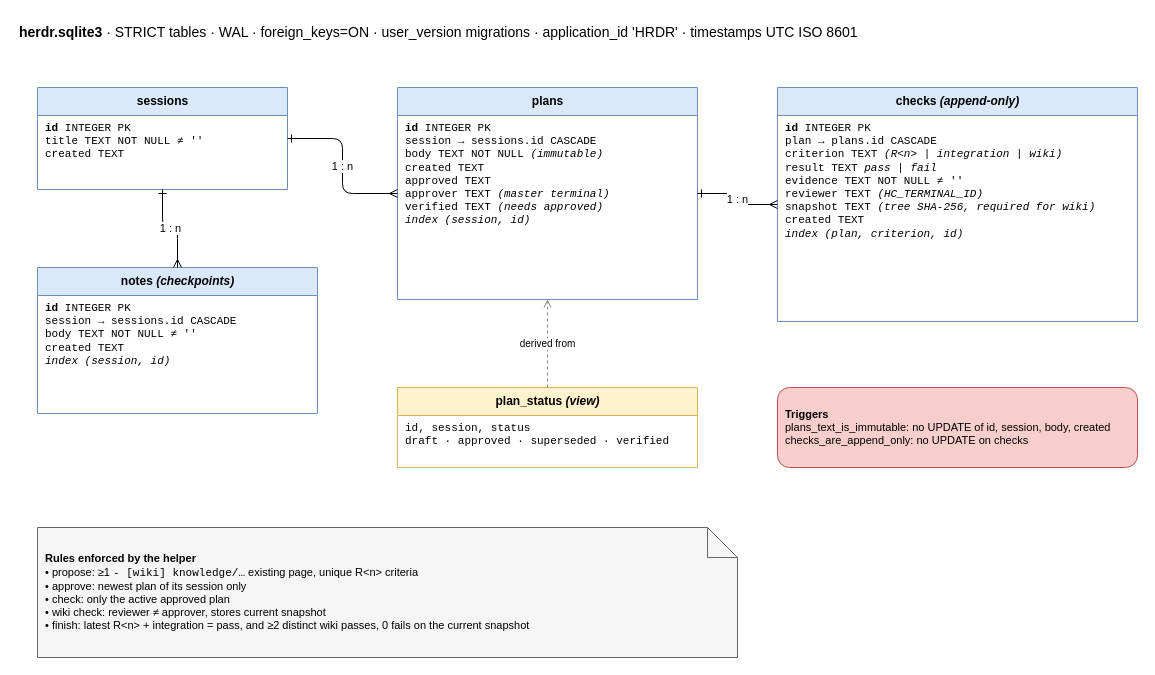
This is page "Database schema" (2 of 2) of docs/herdr.drawio from pcodez99/herdr-skills, a draw.io file, before an edit. Source tidied: cells renumbered, new cells numbered last; positions are measured from the earlier drawing's top-left corner, leaving out a move shared by most shapes. Both pictures are drawn from the tidied source at 100%, with x=0, y=0 at pixel (17, 17).
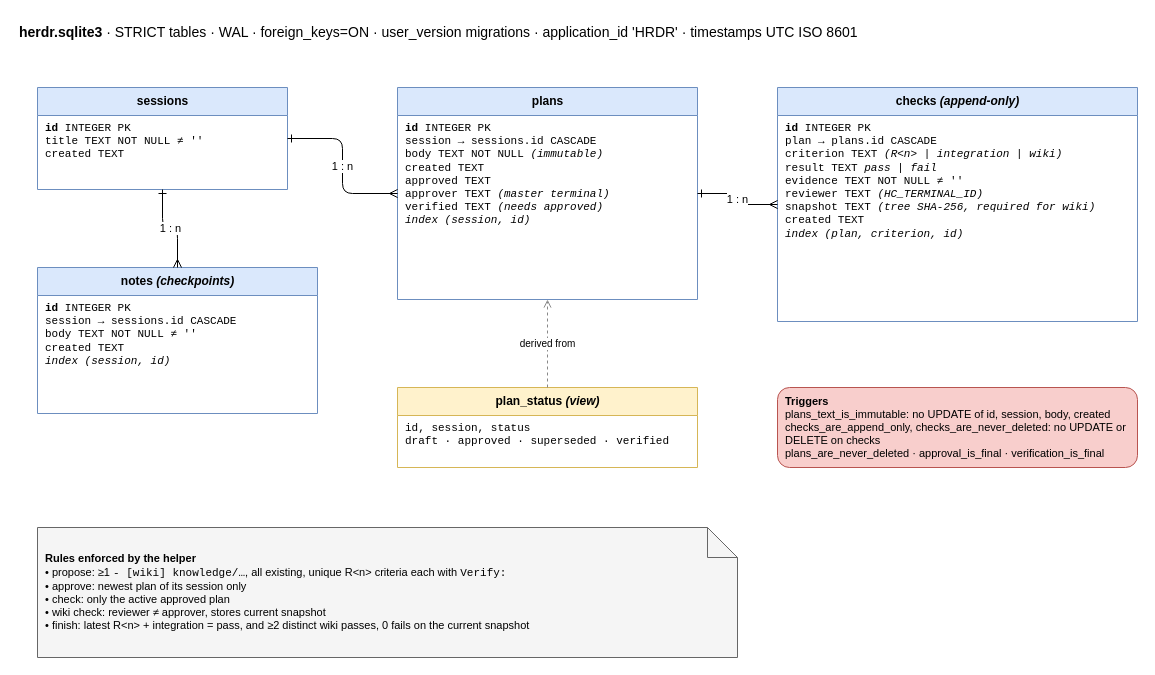
Above is the later version.

The edit, as a diff of the source:
```diff
@@
 <mxGraphModel>
   <root>
     <mxCell id="0" />
     <mxCell id="1" parent="0" />
     <mxCell id="2" value="&lt;b&gt;herdr.sqlite3&lt;/b&gt; · STRICT tables · WAL · foreign_keys=ON · user_version migrations · application_id 'HRDR' · timestamps UTC ISO 8601" style="text;html=1;align=left;fontSize=14;" parent="1" vertex="1">
       <mxGeometry width="1000" height="30" as="geometry" />
     </mxCell>
     <mxCell id="3" value="sessions" style="swimlane;fontStyle=1;horizontal=1;startSize=28;html=1;fillColor=#dae8fc;strokeColor=#6c8ebf;" parent="1" vertex="1">
       <mxGeometry x="20" y="70" width="250" height="102" as="geometry" />
     </mxCell>
     <mxCell id="4" value="&lt;b&gt;id&lt;/b&gt; INTEGER PK&lt;br&gt;title TEXT NOT NULL ≠ ''&lt;br&gt;created TEXT" style="text;html=1;align=left;verticalAlign=top;spacingLeft=6;fontFamily=Courier New;fontSize=11;" parent="3" vertex="1">
       <mxGeometry y="28" width="250" height="74" as="geometry" />
     </mxCell>
     <mxCell id="5" value="notes &lt;i&gt;(checkpoints)&lt;/i&gt;" style="swimlane;fontStyle=1;horizontal=1;startSize=28;html=1;fillColor=#dae8fc;strokeColor=#6c8ebf;" parent="1" vertex="1">
       <mxGeometry x="20" y="250" width="280" height="146" as="geometry" />
     </mxCell>
     <mxCell id="6" value="&lt;b&gt;id&lt;/b&gt; INTEGER PK&lt;br&gt;session → sessions.id CASCADE&lt;br&gt;body TEXT NOT NULL ≠ ''&lt;br&gt;created TEXT&lt;br&gt;&lt;i&gt;index (session, id)&lt;/i&gt;" style="text;html=1;align=left;verticalAlign=top;spacingLeft=6;fontFamily=Courier New;fontSize=11;" parent="5" vertex="1">
       <mxGeometry y="28" width="280" height="118" as="geometry" />
     </mxCell>
     <mxCell id="7" value="plans" style="swimlane;fontStyle=1;horizontal=1;startSize=28;html=1;fillColor=#dae8fc;strokeColor=#6c8ebf;" parent="1" vertex="1">
       <mxGeometry x="380" y="70" width="300" height="212" as="geometry" />
     </mxCell>
     <mxCell id="8" value="&lt;b&gt;id&lt;/b&gt; INTEGER PK&lt;br&gt;session → sessions.id CASCADE&lt;br&gt;body TEXT NOT NULL &lt;i&gt;(immutable)&lt;/i&gt;&lt;br&gt;created TEXT&lt;br&gt;approved TEXT&lt;br&gt;approver TEXT &lt;i&gt;(master terminal)&lt;/i&gt;&lt;br&gt;verified TEXT &lt;i&gt;(needs approved)&lt;/i&gt;&lt;br&gt;&lt;i&gt;index (session, id)&lt;/i&gt;" style="text;html=1;align=left;verticalAlign=top;spacingLeft=6;fontFamily=Courier New;fontSize=11;" parent="7" vertex="1">
       <mxGeometry y="28" width="300" height="184" as="geometry" />
     </mxCell>
     <mxCell id="9" value="checks &lt;i&gt;(append-only)&lt;/i&gt;" style="swimlane;fontStyle=1;horizontal=1;startSize=28;html=1;fillColor=#dae8fc;strokeColor=#6c8ebf;" parent="1" vertex="1">
       <mxGeometry x="760" y="70" width="360" height="234" as="geometry" />
     </mxCell>
     <mxCell id="10" value="&lt;b&gt;id&lt;/b&gt; INTEGER PK&lt;br&gt;plan → plans.id CASCADE&lt;br&gt;criterion TEXT &lt;i&gt;(R&amp;lt;n&amp;gt; | integration | wiki)&lt;/i&gt;&lt;br&gt;result TEXT &lt;i&gt;pass | fail&lt;/i&gt;&lt;br&gt;evidence TEXT NOT NULL ≠ ''&lt;br&gt;reviewer TEXT &lt;i&gt;(HC_TERMINAL_ID)&lt;/i&gt;&lt;br&gt;snapshot TEXT &lt;i&gt;(tree SHA-256, required for wiki)&lt;/i&gt;&lt;br&gt;created TEXT&lt;br&gt;&lt;i&gt;index (plan, criterion, id)&lt;/i&gt;" style="text;html=1;align=left;verticalAlign=top;spacingLeft=6;fontFamily=Courier New;fontSize=11;" parent="9" vertex="1">
       <mxGeometry y="28" width="360" height="206" as="geometry" />
     </mxCell>
     <mxCell id="11" value="plan_status &lt;i&gt;(view)&lt;/i&gt;" style="swimlane;fontStyle=1;horizontal=1;startSize=28;html=1;fillColor=#fff2cc;strokeColor=#d6b656;" parent="1" vertex="1">
       <mxGeometry x="380" y="370" width="300" height="80" as="geometry" />
     </mxCell>
     <mxCell id="12" value="id, session, status&lt;br&gt;draft · approved · superseded · verified" style="text;html=1;align=left;verticalAlign=top;spacingLeft=6;fontFamily=Courier New;fontSize=11;" parent="11" vertex="1">
       <mxGeometry y="28" width="300" height="52" as="geometry" />
     </mxCell>
-    <mxCell id="13" value="&lt;b&gt;Triggers&lt;/b&gt;&lt;br&gt;plans_text_is_immutable: no UPDATE of id, session, body, created&lt;br&gt;checks_are_append_only: no UPDATE on checks" style="rounded=1;whiteSpace=wrap;html=1;fillColor=#f8cecc;strokeColor=#b85450;align=left;spacingLeft=6;fontSize=11;" parent="1" vertex="1">
+    <mxCell id="13" value="&lt;b&gt;Triggers&lt;/b&gt;&lt;br&gt;plans_text_is_immutable: no UPDATE of id, session, body, created&lt;br&gt;checks_are_append_only, checks_are_never_deleted: no UPDATE or DELETE on checks&lt;br&gt;plans_are_never_deleted · approval_is_final · verification_is_final" style="rounded=1;whiteSpace=wrap;html=1;fillColor=#f8cecc;strokeColor=#b85450;align=left;spacingLeft=6;fontSize=11;" parent="1" vertex="1">
       <mxGeometry x="760" y="370" width="360" height="80" as="geometry" />
     </mxCell>
-    <mxCell id="14" value="&lt;b&gt;Rules enforced by the helper&lt;/b&gt;&lt;br&gt;• propose: ≥1 &lt;code&gt;- [wiki] knowledge/…&lt;/code&gt; existing page, unique R&amp;lt;n&amp;gt; criteria&lt;br&gt;• approve: newest plan of its session only&lt;br&gt;• check: only the active approved plan&lt;br&gt;• wiki check: reviewer ≠ approver, stores current snapshot&lt;br&gt;• finish: latest R&amp;lt;n&amp;gt; + integration = pass, and ≥2 distinct wiki passes, 0 fails on the current snapshot" style="shape=note;whiteSpace=wrap;html=1;fillColor=#f5f5f5;strokeColor=#666666;align=left;spacingLeft=6;fontSize=11;" parent="1" vertex="1">
+    <mxCell id="14" value="&lt;b&gt;Rules enforced by the helper&lt;/b&gt;&lt;br&gt;• propose: ≥1 &lt;code&gt;- [wiki] knowledge/…&lt;/code&gt;, all existing, unique R&amp;lt;n&amp;gt; criteria each with &lt;code&gt;Verify:&lt;/code&gt;&lt;br&gt;• approve: newest plan of its session only&lt;br&gt;• check: only the active approved plan&lt;br&gt;• wiki check: reviewer ≠ approver, stores current snapshot&lt;br&gt;• finish: latest R&amp;lt;n&amp;gt; + integration = pass, and ≥2 distinct wiki passes, 0 fails on the current snapshot" style="shape=note;whiteSpace=wrap;html=1;fillColor=#f5f5f5;strokeColor=#666666;align=left;spacingLeft=6;fontSize=11;" parent="1" vertex="1">
       <mxGeometry x="20" y="510" width="700" height="130" as="geometry" />
     </mxCell>
     <mxCell id="15" value="1 : n" style="endArrow=ERmany;startArrow=ERone;html=1;endFill=0;startFill=0;edgeStyle=orthogonalEdgeStyle;" parent="1" edge="1" source="3" target="5">
       <mxGeometry relative="1" as="geometry" />
     </mxCell>
     <mxCell id="16" value="1 : n" style="endArrow=ERmany;startArrow=ERone;html=1;endFill=0;startFill=0;edgeStyle=orthogonalEdgeStyle;" parent="1" edge="1" source="3" target="7">
       <mxGeometry relative="1" as="geometry" />
     </mxCell>
     <mxCell id="17" value="1 : n" style="endArrow=ERmany;startArrow=ERone;html=1;endFill=0;startFill=0;edgeStyle=orthogonalEdgeStyle;" parent="1" edge="1" source="7" target="9">
       <mxGeometry relative="1" as="geometry" />
     </mxCell>
     <mxCell id="18" value="derived from" style="endArrow=open;dashed=1;html=1;strokeColor=#888888;fontSize=10;edgeStyle=orthogonalEdgeStyle;" parent="1" edge="1" source="11" target="7">
       <mxGeometry relative="1" as="geometry" />
     </mxCell>
   </root>
 </mxGraphModel>
```
